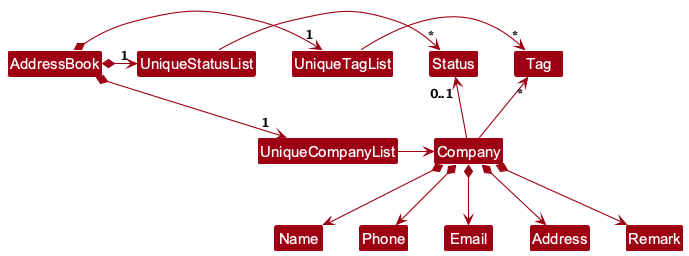
aufasodik/tp keeps this PlantUML diagram as docs/images/BetterModelClassDiagram.png. Above is the earlier version.
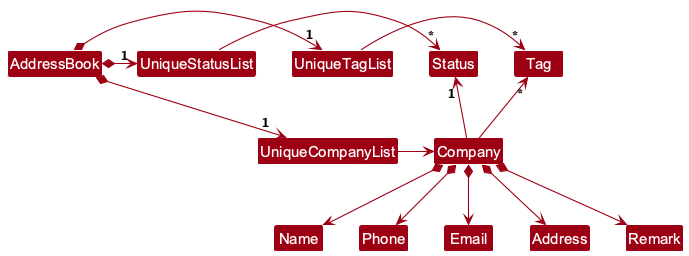
The same file after the commit.

Commit message:
Update DG to fix multiplicity for status

Change to the diagram source:
```diff
@@ -16,7 +16,7 @@
 UniqueCompanyList -right-> Company
 
 Company -up-> "*" Tag
-Company -up-> "0..1" Status
+Company -up-> "1" Status
 
 Company *--> Name
 Company *--> Phone
```
